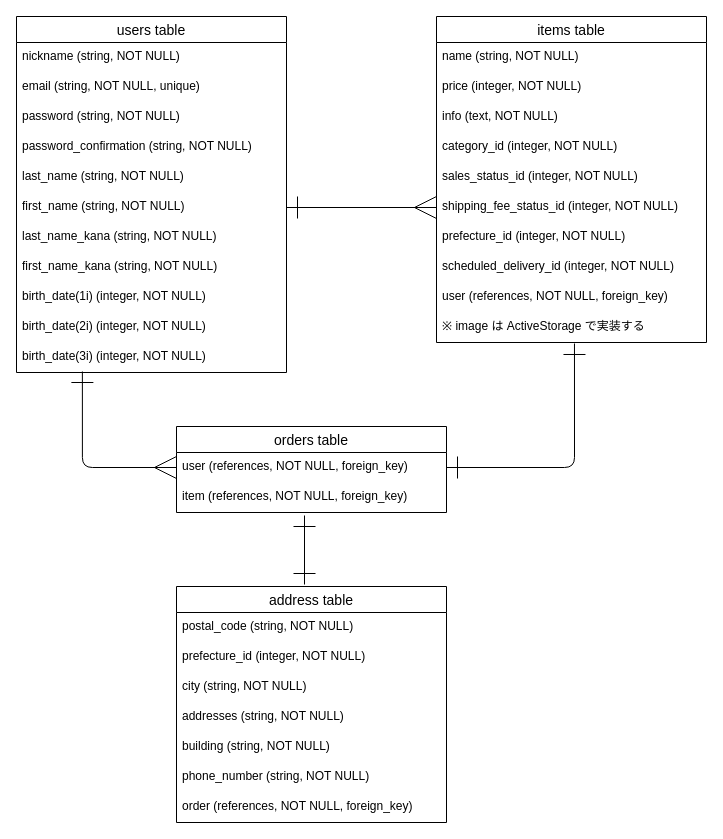
Earlier version of the draw.io diagram furima.dio (nigau-ri/furima-37251). Source tidied: cells renumbered, new cells numbered last; positions are measured from the earlier drawing's top-left corner, leaving out a move shared by most shapes. Both pictures are drawn from the tidied source at 100%, with x=0, y=0 at pixel (16, 16).
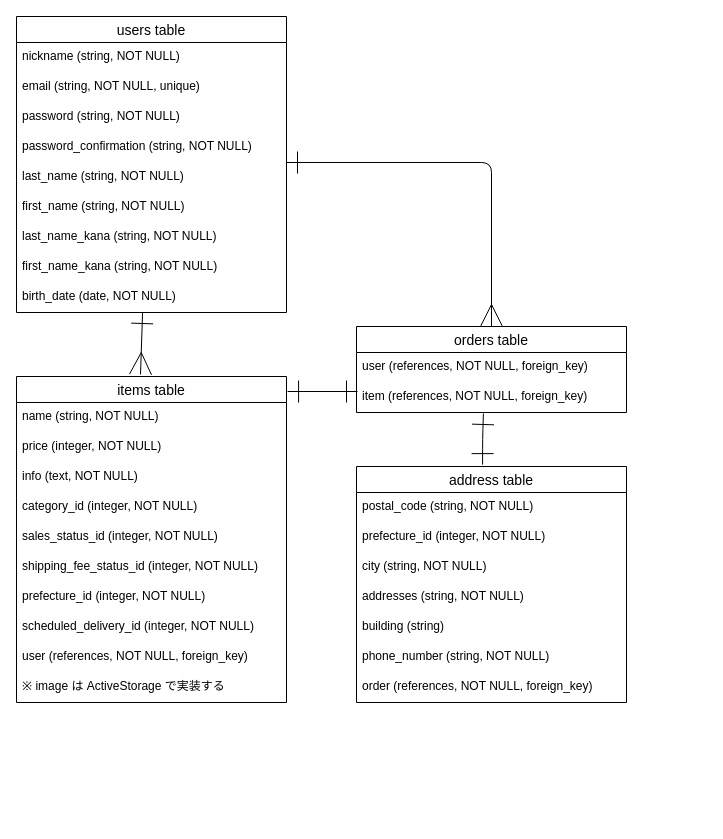
The same page after the edit.

Unchanged cells that the change refers to:
```xml
<mxCell id="7" value="last_name (string, NOT NULL)" style="text;strokeColor=none;fillColor=none;spacingLeft=4;spacingRight=4;overflow=hidden;points=[[0,0.5],[1,0.5]];portConstraint=eastwest;fontSize=12;" parent="2" vertex="1">
  <mxGeometry y="146" width="270" height="30" as="geometry" />
</mxCell>
<mxCell id="8" value="first_name (string, NOT NULL)" style="text;strokeColor=none;fillColor=none;spacingLeft=4;spacingRight=4;overflow=hidden;points=[[0,0.5],[1,0.5]];portConstraint=eastwest;fontSize=12;" parent="2" vertex="1">
  <mxGeometry y="176" width="270" height="30" as="geometry" />
</mxCell>
<mxCell id="20" value="shipping_fee_status_id (integer, NOT NULL)" style="text;strokeColor=none;fillColor=none;spacingLeft=4;spacingRight=4;overflow=hidden;points=[[0,0.5],[1,0.5]];portConstraint=eastwest;fontSize=12;" parent="14" vertex="1">
  <mxGeometry y="176" width="270" height="30" as="geometry" />
</mxCell>
<mxCell id="24" value="※ image は ActiveStorage で実装する" style="text;strokeColor=none;fillColor=none;spacingLeft=4;spacingRight=4;overflow=hidden;points=[[0,0.5],[1,0.5]];portConstraint=eastwest;fontSize=12;" parent="14" vertex="1">
  <mxGeometry y="296" width="270" height="30" as="geometry" />
</mxCell>
<mxCell id="26" value="user (references, NOT NULL, foreign_key)" style="text;strokeColor=none;fillColor=none;spacingLeft=4;spacingRight=4;overflow=hidden;points=[[0,0.5],[1,0.5]];portConstraint=eastwest;fontSize=12;" parent="25" vertex="1">
  <mxGeometry y="26" width="270" height="30" as="geometry" />
</mxCell>
<mxCell id="27" value="item (references, NOT NULL, foreign_key)" style="text;strokeColor=none;fillColor=none;spacingLeft=4;spacingRight=4;overflow=hidden;points=[[0,0.5],[1,0.5]];portConstraint=eastwest;fontSize=12;" parent="25" vertex="1">
  <mxGeometry y="56" width="270" height="30" as="geometry" />
</mxCell>
```

Diff of the diagram source:
```diff
@@
     <mxCell id="2" value="users table" style="swimlane;fontStyle=0;horizontal=1;startSize=26;align=center;fontSize=14;" parent="1" vertex="1">
-      <mxGeometry width="270" height="356" as="geometry" />
+      <mxGeometry width="270" height="296" as="geometry" />
     </mxCell>
@@
-    <mxCell id="11" value="birth_date(1i) (integer, NOT NULL)" style="text;strokeColor=none;fillColor=none;spacingLeft=4;spacingRight=4;overflow=hidden;points=[[0,0.5],[1,0.5]];portConstraint=eastwest;fontSize=12;" parent="2" vertex="1">
+    <mxCell id="11" value="birth_date (date, NOT NULL)" style="text;strokeColor=none;fillColor=none;spacingLeft=4;spacingRight=4;overflow=hidden;points=[[0,0.5],[1,0.5]];portConstraint=eastwest;fontSize=12;" parent="2" vertex="1">
       <mxGeometry y="266" width="270" height="30" as="geometry" />
     </mxCell>
-    <mxCell id="12" value="birth_date(2i) (integer, NOT NULL)" style="text;strokeColor=none;fillColor=none;spacingLeft=4;spacingRight=4;overflow=hidden;fontSize=12;" parent="2" vertex="1">
-      <mxGeometry y="296" width="270" height="30" as="geometry" />
-    </mxCell>
-    <mxCell id="13" value="birth_date(3i) (integer, NOT NULL)" style="text;strokeColor=none;fillColor=none;spacingLeft=4;spacingRight=4;overflow=hidden;points=[[0,0.5],[1,0.5]];portConstraint=eastwest;fontSize=12;" parent="2" vertex="1">
-      <mxGeometry y="326" width="270" height="30" as="geometry" />
-    </mxCell>
     <mxCell id="14" value="items table" style="swimlane;fontStyle=0;horizontal=1;startSize=26;align=center;fontSize=14;" parent="1" vertex="1">
-      <mxGeometry x="420" width="270" height="326" as="geometry" />
+      <mxGeometry y="360" width="270" height="326" as="geometry" />
     </mxCell>
@@
     <mxCell id="25" value="orders table" style="swimlane;fontStyle=0;horizontal=1;startSize=26;align=center;fontSize=14;" parent="1" vertex="1">
-      <mxGeometry x="160" y="410" width="270" height="86" as="geometry" />
+      <mxGeometry x="340" y="310" width="270" height="86" as="geometry" />
     </mxCell>
@@
     <mxCell id="28" value="address table" style="swimlane;fontStyle=0;horizontal=1;startSize=26;align=center;fontSize=14;" parent="1" vertex="1">
-      <mxGeometry x="160" y="570" width="270" height="236" as="geometry" />
+      <mxGeometry x="340" y="450" width="270" height="236" as="geometry" />
     </mxCell>
@@
-    <mxCell id="33" value="building (string, NOT NULL)" style="text;strokeColor=none;fillColor=none;spacingLeft=4;spacingRight=4;overflow=hidden;fontSize=12;" parent="28" vertex="1">
+    <mxCell id="33" value="building (string)" style="text;strokeColor=none;fillColor=none;spacingLeft=4;spacingRight=4;overflow=hidden;fontSize=12;" parent="28" vertex="1">
       <mxGeometry y="146" width="270" height="30" as="geometry" />
     </mxCell>
@@
-    <mxCell id="36" style="edgeStyle=none;html=1;exitX=1;exitY=0.5;exitDx=0;exitDy=0;entryX=0;entryY=0.5;entryDx=0;entryDy=0;endArrow=ERmany;endFill=0;startArrow=ERone;startFill=0;endSize=20;startSize=20;" parent="1" edge="1" source="8" target="20">
-      <mxGeometry relative="1" as="geometry" />
+    <mxCell id="36" style="edgeStyle=none;html=1;exitX=0.467;exitY=1;exitDx=0;exitDy=0;endArrow=ERmany;endFill=0;startArrow=ERone;startFill=0;endSize=20;startSize=20;exitPerimeter=0;" parent="1" edge="1" source="11">
+      <mxGeometry relative="1" as="geometry">
+        <mxPoint x="124" y="358" as="targetPoint" />
+      </mxGeometry>
     </mxCell>
-    <mxCell id="37" style="edgeStyle=orthogonalEdgeStyle;html=1;exitX=1;exitY=0.5;exitDx=0;exitDy=0;entryX=0.511;entryY=1.033;entryDx=0;entryDy=0;entryPerimeter=0;startArrow=ERone;startFill=0;endArrow=ERone;endFill=0;startSize=20;endSize=20;" parent="1" edge="1" source="26" target="24">
-      <mxGeometry relative="1" as="geometry" />
+    <mxCell id="37" style="html=1;entryX=1.004;entryY=0.046;entryDx=0;entryDy=0;startArrow=ERone;startFill=0;endArrow=ERone;endFill=0;startSize=20;endSize=20;entryPerimeter=0;" parent="1" edge="1" target="14">
+      <mxGeometry relative="1" as="geometry">
+        <mxPoint x="341" y="375" as="sourcePoint" />
+      </mxGeometry>
     </mxCell>
-    <mxCell id="38" style="edgeStyle=orthogonalEdgeStyle;html=1;exitX=0;exitY=0.5;exitDx=0;exitDy=0;startArrow=ERmany;startFill=0;endArrow=ERone;endFill=0;startSize=20;endSize=20;entryX=0.244;entryY=0.967;entryDx=0;entryDy=0;entryPerimeter=0;" parent="1" edge="1" source="26" target="13">
-      <mxGeometry relative="1" as="geometry" />
+    <mxCell id="38" style="edgeStyle=orthogonalEdgeStyle;html=1;startArrow=ERmany;startFill=0;endArrow=ERone;endFill=0;startSize=20;endSize=20;exitX=0.5;exitY=0;exitDx=0;exitDy=0;entryX=1;entryY=0;entryDx=0;entryDy=0;entryPerimeter=0;" parent="1" edge="1" source="25" target="7">
+      <mxGeometry relative="1" as="geometry">
+        <Array as="points">
+          <mxPoint x="475" y="146" />
+        </Array>
+      </mxGeometry>
     </mxCell>
-    <mxCell id="39" style="edgeStyle=orthogonalEdgeStyle;html=1;startArrow=ERone;startFill=0;endArrow=ERone;endFill=0;startSize=20;endSize=20;" parent="1" edge="1">
-      <mxGeometry relative="1" as="geometry">
-        <mxPoint x="288" y="568" as="sourcePoint" />
-        <mxPoint x="288" y="499" as="targetPoint" />
-      </mxGeometry>
+    <mxCell id="39" style="edgeStyle=orthogonalEdgeStyle;html=1;startArrow=ERone;startFill=0;endArrow=ERone;endFill=0;startSize=20;endSize=20;exitX=0.467;exitY=-0.008;exitDx=0;exitDy=0;exitPerimeter=0;entryX=0.47;entryY=1.033;entryDx=0;entryDy=0;entryPerimeter=0;" parent="1" edge="1" source="28" target="27">
+      <mxGeometry relative="1" as="geometry" />
     </mxCell>
```
